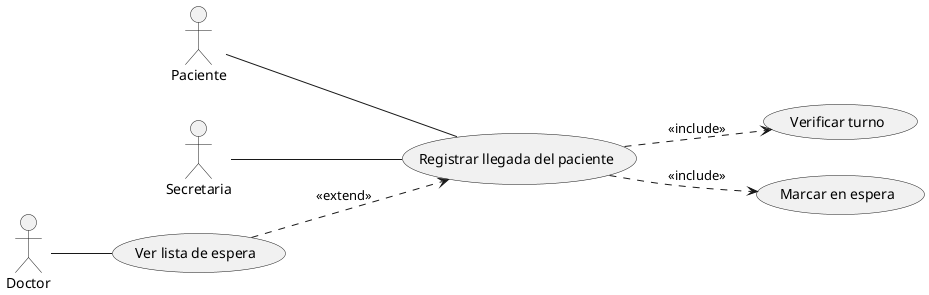
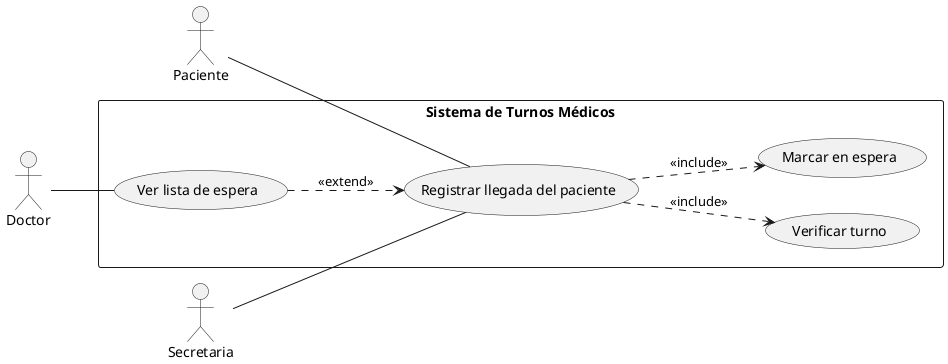
@startuml
left to right direction

actor Paciente
actor Secretaria
actor Doctor

- usecase "Registrar llegada del paciente" as UC1
- usecase "Verificar turno" as UC2
- usecase "Marcar en espera" as UC3
- usecase "Ver lista de espera" as UC4
+ rectangle "Sistema de Turnos Médicos" {
+     usecase "Registrar llegada del paciente" as UC1
+     usecase "Verificar turno" as UC2
+     usecase "Marcar en espera" as UC3
+     usecase "Ver lista de espera" as UC4
+ }

Paciente -- UC1
Secretaria -- UC1
Doctor -- UC4

UC1 ..> UC2 : <<include>>
UC1 ..> UC3 : <<include>>
UC4 ..> UC1 : <<extend>>
@enduml